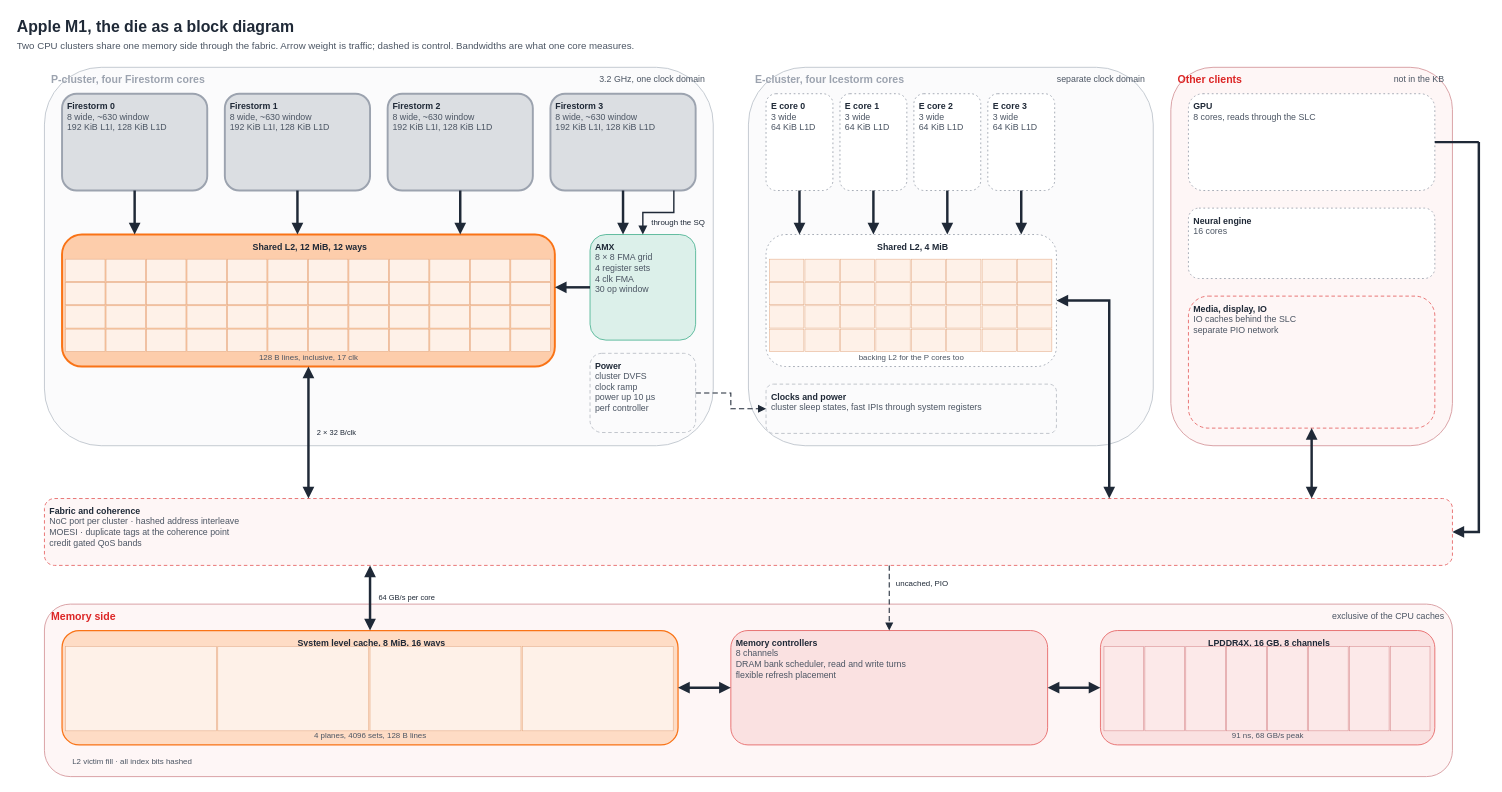
Before: site/atlas/drawio/chip.drawio in ihagedo/uarch-map, a draw.io diagram. Source tidied: cells renumbered, new cells numbered last; positions are measured from the earlier drawing's top-left corner, leaving out a move shared by most shapes. Both pictures are drawn from the tidied source at 88%, with x=0, y=0 at pixel (15, 15).
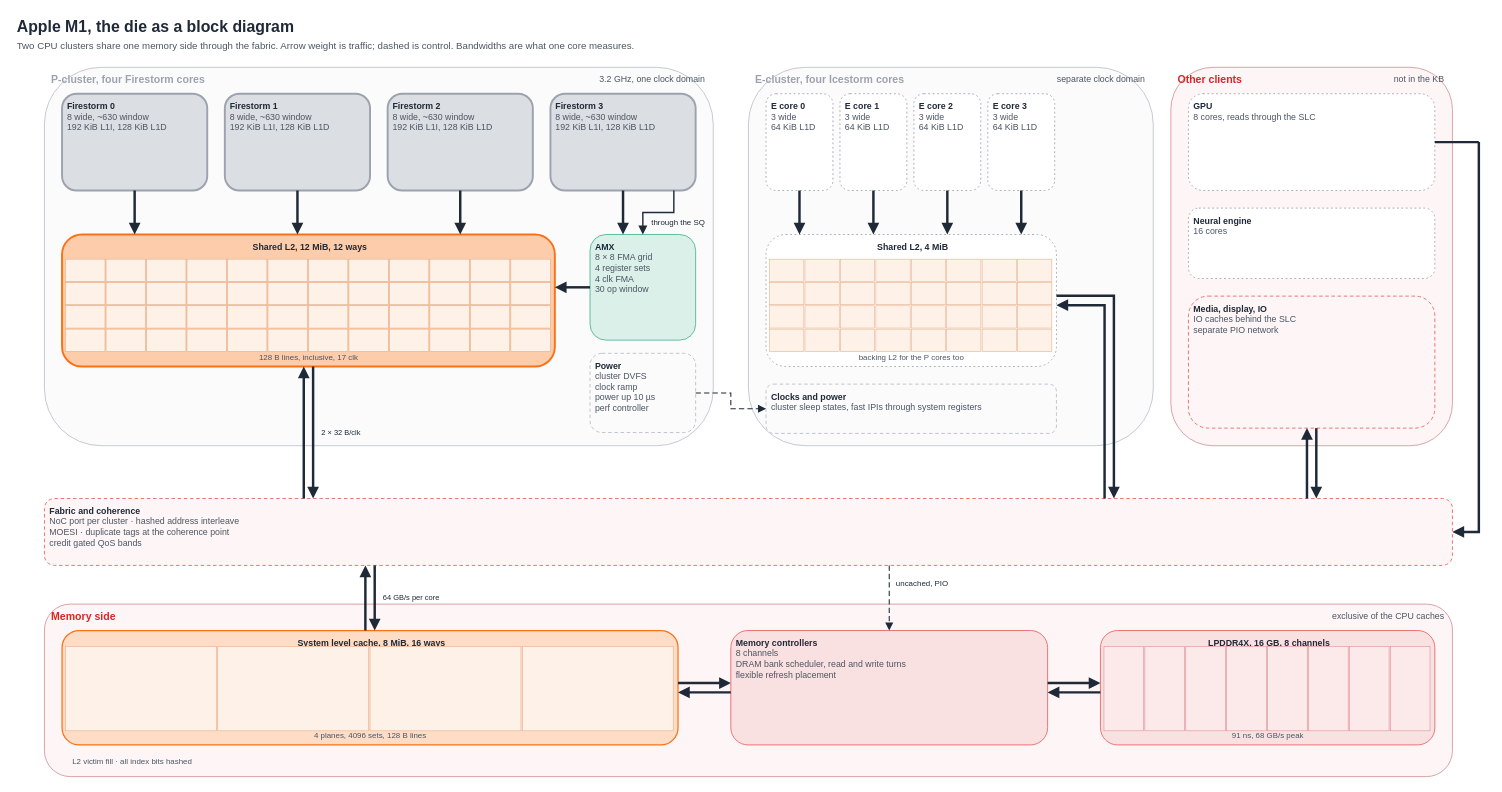
After the change.

Unchanged cells that the change refers to:
```xml
<mxCell id="16" value="&lt;b&gt;Shared L2, 12 MiB, 12 ways&lt;/b&gt;" style="rounded=1;whiteSpace=wrap;html=1;fillColor=#fdcdab;strokeColor=#f97316;strokeWidth=2.2;dashed=0;fontSize=10;fontColor=#1f2937;align=center;verticalAlign=top;spacingLeft=4;spacingTop=2;" parent="1" vertex="1">
  <mxGeometry x="53" y="249" width="560" height="150" as="geometry" />
</mxCell>
<mxCell id="67" value="&lt;b&gt;Power&lt;/b&gt;&lt;br&gt;&lt;span style='font-weight:normal;color:#4b5563'&gt;cluster DVFS&lt;/span&gt;&lt;br&gt;&lt;span style='font-weight:normal;color:#4b5563'&gt;clock ramp&lt;/span&gt;&lt;br&gt;&lt;span style='font-weight:normal;color:#4b5563'&gt;power up 10 µs&lt;/span&gt;&lt;br&gt;&lt;span style='font-weight:normal;color:#4b5563'&gt;perf controller&lt;/span&gt;" style="rounded=1;whiteSpace=wrap;html=1;fillColor=#fbfbfc;strokeColor=#babfc7;strokeWidth=1;dashed=1;dashPattern=4 3;fontSize=10;fontColor=#1f2937;align=left;verticalAlign=top;spacingLeft=4;spacingTop=2;" parent="1" vertex="1">
  <mxGeometry x="653" y="384" width="120" height="90" as="geometry" />
</mxCell>
<mxCell id="72" value="&lt;b&gt;Shared L2, 4 MiB&lt;/b&gt;" style="rounded=1;whiteSpace=wrap;html=1;fillColor=#ffffff;strokeColor=#9ca3af;strokeWidth=1;dashed=1;dashPattern=2 3;fontSize=10;fontColor=#1f2937;align=center;verticalAlign=top;spacingLeft=4;spacingTop=2;" parent="1" vertex="1">
  <mxGeometry x="853" y="249" width="330" height="150" as="geometry" />
</mxCell>
<mxCell id="106" value="&lt;b&gt;Clocks and power&lt;/b&gt;&lt;br&gt;&lt;span style='font-weight:normal;color:#4b5563'&gt;cluster sleep states, fast IPIs through system registers&lt;/span&gt;" style="rounded=1;whiteSpace=wrap;html=1;fillColor=#fbfbfc;strokeColor=#babfc7;strokeWidth=1;dashed=1;dashPattern=4 3;fontSize=10;fontColor=#1f2937;align=left;verticalAlign=top;spacingLeft=4;spacingTop=2;" parent="1" vertex="1">
  <mxGeometry x="853" y="419" width="330" height="56" as="geometry" />
</mxCell>
<mxCell id="107" value="&lt;b&gt;GPU&lt;/b&gt;&lt;br&gt;&lt;span style='font-weight:normal;color:#4b5563'&gt;8 cores, reads through the SLC&lt;/span&gt;" style="rounded=1;whiteSpace=wrap;html=1;fillColor=#ffffff;strokeColor=#9ca3af;strokeWidth=1;dashed=1;dashPattern=2 3;fontSize=10;fontColor=#1f2937;align=left;verticalAlign=top;spacingLeft=4;spacingTop=2;" parent="1" vertex="1">
  <mxGeometry x="1333" y="89" width="280" height="110" as="geometry" />
</mxCell>
<mxCell id="109" value="&lt;b&gt;Media, display, IO&lt;/b&gt;&lt;br&gt;&lt;span style='font-weight:normal;color:#4b5563'&gt;IO caches behind the SLC&lt;/span&gt;&lt;br&gt;&lt;span style='font-weight:normal;color:#4b5563'&gt;separate PIO network&lt;/span&gt;" style="rounded=1;whiteSpace=wrap;html=1;fillColor=#fef6f6;strokeColor=#e66767;strokeWidth=1;dashed=1;dashPattern=4 3;fontSize=10;fontColor=#1f2937;align=left;verticalAlign=top;spacingLeft=4;spacingTop=2;" parent="1" vertex="1">
  <mxGeometry x="1333" y="319" width="280" height="150" as="geometry" />
</mxCell>
<mxCell id="110" value="&lt;b&gt;Fabric and coherence&lt;/b&gt;&lt;br&gt;&lt;span style='font-weight:normal;color:#4b5563'&gt;NoC port per cluster · hashed address interleave&lt;/span&gt;&lt;br&gt;&lt;span style='font-weight:normal;color:#4b5563'&gt;MOESI · duplicate tags at the coherence point&lt;/span&gt;&lt;br&gt;&lt;span style='font-weight:normal;color:#4b5563'&gt;credit gated QoS bands&lt;/span&gt;" style="rounded=1;whiteSpace=wrap;html=1;fillColor=#fef6f6;strokeColor=#e66767;strokeWidth=1;dashed=1;dashPattern=4 3;fontSize=10;fontColor=#1f2937;align=left;verticalAlign=top;spacingLeft=4;spacingTop=2;" parent="1" vertex="1">
  <mxGeometry x="33" y="549" width="1600" height="76" as="geometry" />
</mxCell>
<mxCell id="111" value="&lt;b&gt;System level cache, 8 MiB, 16 ways&lt;/b&gt;" style="rounded=1;whiteSpace=wrap;html=1;fillColor=#fedcc5;strokeColor=#f97316;strokeWidth=1.4;dashed=0;fontSize=10;fontColor=#1f2937;align=center;verticalAlign=top;spacingLeft=4;spacingTop=2;" parent="1" vertex="1">
  <mxGeometry x="53" y="699" width="700" height="130" as="geometry" />
</mxCell>
<mxCell id="117" value="&lt;b&gt;Memory controllers&lt;/b&gt;&lt;br&gt;&lt;span style='font-weight:normal;color:#4b5563'&gt;8 channels&lt;/span&gt;&lt;br&gt;&lt;span style='font-weight:normal;color:#4b5563'&gt;DRAM bank scheduler, read and write turns&lt;/span&gt;&lt;br&gt;&lt;span style='font-weight:normal;color:#4b5563'&gt;flexible refresh placement&lt;/span&gt;" style="rounded=1;whiteSpace=wrap;html=1;fillColor=#fae1e1;strokeColor=#e66767;strokeWidth=1;dashed=0;fontSize=10;fontColor=#1f2937;align=left;verticalAlign=top;spacingLeft=4;spacingTop=2;" parent="1" vertex="1">
  <mxGeometry x="813" y="699" width="360" height="130" as="geometry" />
</mxCell>
<mxCell id="118" value="&lt;b&gt;LPDDR4X, 16 GB, 8 channels&lt;/b&gt;" style="rounded=1;whiteSpace=wrap;html=1;fillColor=#fae1e1;strokeColor=#e66767;strokeWidth=1;dashed=0;fontSize=10;fontColor=#1f2937;align=center;verticalAlign=top;spacingLeft=4;spacingTop=2;" parent="1" vertex="1">
  <mxGeometry x="1233" y="699" width="380" height="130" as="geometry" />
</mxCell>
```

Diff of the diagram source:
```diff
@@
-    <mxCell id="138" style="edgeStyle=none;noEdgeStyle=1;rounded=0;html=1;strokeWidth=2.8;strokeColor=#1f2937;dashed=0;endArrow=block;endFill=1;startArrow=block;startFill=1;exitX=0.50000;exitY=1.00000;exitDx=0;exitDy=0;exitPerimeter=0;entryX=0.18750;entryY=0.00000;entryDx=0;entryDy=0;entryPerimeter=0;" parent="1" edge="1" source="16" target="110">
+    <mxCell id="138" style="edgeStyle=none;noEdgeStyle=1;rounded=0;html=1;strokeWidth=2.8;strokeColor=#1f2937;dashed=0;endArrow=block;endFill=1;startArrow=none;startFill=1;exitX=0.50946;exitY=1.00000;exitDx=0;exitDy=0;exitPerimeter=0;entryX=0.19081;entryY=0.00000;entryDx=0;entryDy=0;entryPerimeter=0;" parent="1" edge="1" source="16" target="110">
       <mxGeometry relative="1" as="geometry" />
     </mxCell>
-    <mxCell id="139" style="edgeStyle=none;noEdgeStyle=1;rounded=0;html=1;strokeWidth=2.8;strokeColor=#1f2937;dashed=0;endArrow=block;endFill=1;startArrow=block;startFill=1;exitX=1.00000;exitY=0.50000;exitDx=0;exitDy=0;exitPerimeter=0;entryX=0.75625;entryY=0.00000;entryDx=0;entryDy=0;entryPerimeter=0;" parent="1" edge="1" source="72" target="110">
-      <mxGeometry relative="1" as="geometry">
-        <Array as="points">
-          <mxPoint x="1243" y="324" />
-        </Array>
-      </mxGeometry>
+    <mxCell id="139" style="edgeStyle=none;noEdgeStyle=1;rounded=0;html=1;strokeWidth=2.8;strokeColor=#1f2937;dashed=0;endArrow=block;endFill=1;startArrow=none;startFill=1;exitX=0.18419;exitY=0.00000;exitDx=0;exitDy=0;exitPerimeter=0;entryX=0.49054;entryY=1.00000;entryDx=0;entryDy=0;entryPerimeter=0;" parent="1" edge="1" source="110" target="16">
+      <mxGeometry relative="1" as="geometry" />
     </mxCell>
-    <mxCell id="140" style="edgeStyle=none;noEdgeStyle=1;rounded=0;html=1;strokeWidth=2.8;strokeColor=#1f2937;dashed=0;endArrow=block;endFill=1;startArrow=block;startFill=1;exitX=0.50000;exitY=1.00000;exitDx=0;exitDy=0;exitPerimeter=0;entryX=0.90000;entryY=0.00000;entryDx=0;entryDy=0;entryPerimeter=0;" parent="1" edge="1" source="109" target="110">
-      <mxGeometry relative="1" as="geometry" />
+    <mxCell id="140" style="edgeStyle=none;noEdgeStyle=1;rounded=0;html=1;strokeWidth=2.8;strokeColor=#1f2937;dashed=0;endArrow=block;endFill=1;startArrow=none;startFill=1;exitX=1.00000;exitY=0.46467;exitDx=0;exitDy=0;exitPerimeter=0;entryX=0.75956;entryY=0.00000;entryDx=0;entryDy=0;entryPerimeter=0;" parent="1" edge="1" source="72" target="110">
+      <mxGeometry relative="1" as="geometry">
+        <Array as="points">
+          <mxPoint x="1248.3" y="318.7" />
+        </Array>
+      </mxGeometry>
     </mxCell>
-    <mxCell id="141" style="edgeStyle=none;noEdgeStyle=1;rounded=0;html=1;strokeWidth=2.8;strokeColor=#1f2937;dashed=0;endArrow=none;endFill=1;startArrow=none;startFill=1;exitX=1.00000;exitY=0.50000;exitDx=0;exitDy=0;exitPerimeter=0;" parent="1" edge="1" source="107">
+    <mxCell id="141" style="edgeStyle=none;noEdgeStyle=1;rounded=0;html=1;strokeWidth=2.8;strokeColor=#1f2937;dashed=0;endArrow=block;endFill=1;startArrow=none;startFill=1;exitX=0.75294;exitY=0.00000;exitDx=0;exitDy=0;exitPerimeter=0;entryX=1.00000;entryY=0.53533;entryDx=0;entryDy=0;entryPerimeter=0;" parent="1" edge="1" source="110" target="72">
       <mxGeometry relative="1" as="geometry">
-        <mxPoint x="1663" y="144" as="targetPoint" />
+        <Array as="points">
+          <mxPoint x="1237.7" y="329.3" />
+        </Array>
       </mxGeometry>
     </mxCell>
-    <mxCell id="142" style="edgeStyle=none;noEdgeStyle=1;rounded=0;html=1;strokeWidth=2.8;strokeColor=#1f2937;dashed=0;endArrow=block;endFill=1;startArrow=none;startFill=1;entryX=1.00000;entryY=0.50000;entryDx=0;entryDy=0;entryPerimeter=0;" parent="1" edge="1" target="110">
-      <mxGeometry relative="1" as="geometry">
-        <mxPoint x="1663" y="144" as="sourcePoint" />
-        <Array as="points">
-          <mxPoint x="1663" y="587" />
-        </Array>
-      </mxGeometry>
+    <mxCell id="142" style="edgeStyle=none;noEdgeStyle=1;rounded=0;html=1;strokeWidth=2.8;strokeColor=#1f2937;dashed=0;endArrow=block;endFill=1;startArrow=none;startFill=1;exitX=0.51893;exitY=1.00000;exitDx=0;exitDy=0;exitPerimeter=0;entryX=0.90331;entryY=0.00000;entryDx=0;entryDy=0;entryPerimeter=0;" parent="1" edge="1" source="109" target="110">
+      <mxGeometry relative="1" as="geometry" />
     </mxCell>
-    <mxCell id="143" style="edgeStyle=none;noEdgeStyle=1;rounded=0;html=1;strokeWidth=2.8;strokeColor=#1f2937;dashed=0;endArrow=block;endFill=1;startArrow=block;startFill=1;exitX=0.23125;exitY=1.00000;exitDx=0;exitDy=0;exitPerimeter=0;entryX=0.50000;entryY=0.00000;entryDx=0;entryDy=0;entryPerimeter=0;" parent="1" edge="1" source="110" target="111">
+    <mxCell id="143" style="edgeStyle=none;noEdgeStyle=1;rounded=0;html=1;strokeWidth=2.8;strokeColor=#1f2937;dashed=0;endArrow=block;endFill=1;startArrow=none;startFill=1;exitX=0.89669;exitY=0.00000;exitDx=0;exitDy=0;exitPerimeter=0;entryX=0.48107;entryY=1.00000;entryDx=0;entryDy=0;entryPerimeter=0;" parent="1" edge="1" source="110" target="109">
       <mxGeometry relative="1" as="geometry" />
     </mxCell>
-    <mxCell id="144" style="edgeStyle=none;noEdgeStyle=1;rounded=0;html=1;strokeWidth=2.8;strokeColor=#1f2937;dashed=0;endArrow=block;endFill=1;startArrow=block;startFill=1;exitX=1.00000;exitY=0.50000;exitDx=0;exitDy=0;exitPerimeter=0;entryX=0.00000;entryY=0.50000;entryDx=0;entryDy=0;entryPerimeter=0;" parent="1" edge="1" source="111" target="117">
-      <mxGeometry relative="1" as="geometry" />
+    <mxCell id="144" style="edgeStyle=none;noEdgeStyle=1;rounded=0;html=1;strokeWidth=2.8;strokeColor=#1f2937;dashed=0;endArrow=none;endFill=1;startArrow=none;startFill=1;exitX=1.00000;exitY=0.50000;exitDx=0;exitDy=0;exitPerimeter=0;" parent="1" edge="1" source="107">
+      <mxGeometry relative="1" as="geometry">
+        <mxPoint x="1663" y="144" as="targetPoint" />
+      </mxGeometry>
     </mxCell>
-    <mxCell id="145" style="edgeStyle=none;noEdgeStyle=1;rounded=0;html=1;strokeWidth=2.8;strokeColor=#1f2937;dashed=0;endArrow=block;endFill=1;startArrow=block;startFill=1;exitX=1.00000;exitY=0.50000;exitDx=0;exitDy=0;exitPerimeter=0;entryX=0.00000;entryY=0.50000;entryDx=0;entryDy=0;entryPerimeter=0;" parent="1" edge="1" source="117" target="118">
-      <mxGeometry relative="1" as="geometry" />
+    <mxCell id="145" style="edgeStyle=none;noEdgeStyle=1;rounded=0;html=1;strokeWidth=2.8;strokeColor=#1f2937;dashed=0;endArrow=block;endFill=1;startArrow=none;startFill=1;entryX=1.00000;entryY=0.50000;entryDx=0;entryDy=0;entryPerimeter=0;" parent="1" edge="1" target="110">
+      <mxGeometry relative="1" as="geometry">
+        <mxPoint x="1663" y="144" as="sourcePoint" />
+        <Array as="points">
+          <mxPoint x="1663" y="587" />
+        </Array>
+      </mxGeometry>
     </mxCell>
-    <mxCell id="146" style="edgeStyle=none;noEdgeStyle=1;rounded=0;html=1;strokeWidth=1.2;strokeColor=#1f2937;dashed=1;dashPattern=5 3;endArrow=block;endFill=1;startArrow=none;startFill=1;exitX=0.60000;exitY=1.00000;exitDx=0;exitDy=0;exitPerimeter=0;entryX=0.50000;entryY=0.00000;entryDx=0;entryDy=0;entryPerimeter=0;" parent="1" edge="1" source="110" target="117">
+    <mxCell id="146" style="edgeStyle=none;noEdgeStyle=1;rounded=0;html=1;strokeWidth=2.8;strokeColor=#1f2937;dashed=0;endArrow=block;endFill=1;startArrow=none;startFill=1;exitX=0.23456;exitY=1.00000;exitDx=0;exitDy=0;exitPerimeter=0;entryX=0.50757;entryY=0.00000;entryDx=0;entryDy=0;entryPerimeter=0;" parent="1" edge="1" source="110" target="111">
       <mxGeometry relative="1" as="geometry" />
     </mxCell>
-    <mxCell id="147" style="edgeStyle=none;noEdgeStyle=1;rounded=0;html=1;strokeWidth=1.2;strokeColor=#1f2937;dashed=1;dashPattern=5 3;endArrow=block;endFill=1;startArrow=none;startFill=1;exitX=1.00000;exitY=0.50000;exitDx=0;exitDy=0;exitPerimeter=0;entryX=0.00000;entryY=0.50000;entryDx=0;entryDy=0;entryPerimeter=0;" parent="1" edge="1" source="67" target="106">
-      <mxGeometry relative="1" as="geometry">
-        <Array as="points">
-          <mxPoint x="813" y="429" />
-          <mxPoint x="813" y="447" />
-        </Array>
-      </mxGeometry>
+    <mxCell id="147" style="edgeStyle=none;noEdgeStyle=1;rounded=0;html=1;strokeWidth=2.8;strokeColor=#1f2937;dashed=0;endArrow=block;endFill=1;startArrow=none;startFill=1;exitX=0.49243;exitY=0.00000;exitDx=0;exitDy=0;exitPerimeter=0;entryX=0.22794;entryY=1.00000;entryDx=0;entryDy=0;entryPerimeter=0;" parent="1" edge="1" source="111" target="110">
+      <mxGeometry relative="1" as="geometry" />
     </mxCell>
-    <mxCell id="148" value="L2 victim fill · all index bits hashed" style="text;html=1;fontSize=9;fontColor=#4b5563;align=left;verticalAlign=middle;" parent="1" vertex="1">
-      <mxGeometry x="63" y="842" width="157.8" height="12" as="geometry" />
+    <mxCell id="148" style="edgeStyle=none;noEdgeStyle=1;rounded=0;html=1;strokeWidth=2.8;strokeColor=#1f2937;dashed=0;endArrow=block;endFill=1;startArrow=none;startFill=1;exitX=1.00000;exitY=0.45923;exitDx=0;exitDy=0;exitPerimeter=0;entryX=0.00000;entryY=0.45923;entryDx=0;entryDy=0;entryPerimeter=0;" parent="1" edge="1" source="111" target="117">
+      <mxGeometry relative="1" as="geometry" />
     </mxCell>
-    <mxCell id="149" value="through the SQ" style="text;html=1;fontSize=9;fontColor=#1f2937;align=left;verticalAlign=middle;fillColor=none;strokeColor=none;rounded=1;owner=c133;" parent="1" vertex="1">
-      <mxGeometry x="721" y="229" width="71.1" height="14" as="geometry" />
+    <mxCell id="149" style="edgeStyle=none;noEdgeStyle=1;rounded=0;html=1;strokeWidth=2.8;strokeColor=#1f2937;dashed=0;endArrow=block;endFill=1;startArrow=none;startFill=1;exitX=0.00000;exitY=0.54077;exitDx=0;exitDy=0;exitPerimeter=0;entryX=1.00000;entryY=0.54077;entryDx=0;entryDy=0;entryPerimeter=0;" parent="1" edge="1" source="117" target="111">
+      <mxGeometry relative="1" as="geometry" />
     </mxCell>
-    <mxCell id="150" value="2 × 32 B/clk" style="text;html=1;fontSize=8.5;fontColor=#1f2937;align=left;verticalAlign=middle;" parent="1" vertex="1">
-      <mxGeometry x="341" y="468.5" width="51.8" height="11.5" as="geometry" />
+    <mxCell id="150" style="edgeStyle=none;noEdgeStyle=1;rounded=0;html=1;strokeWidth=2.8;strokeColor=#1f2937;dashed=0;endArrow=block;endFill=1;startArrow=none;startFill=1;exitX=1.00000;exitY=0.45923;exitDx=0;exitDy=0;exitPerimeter=0;entryX=0.00000;entryY=0.45923;entryDx=0;entryDy=0;entryPerimeter=0;" parent="1" edge="1" source="117" target="118">
+      <mxGeometry relative="1" as="geometry" />
     </mxCell>
-    <mxCell id="151" value="64 GB/s per core" style="text;html=1;fontSize=8.5;fontColor=#1f2937;align=left;verticalAlign=middle;" parent="1" vertex="1">
-      <mxGeometry x="411" y="656.5" width="69.8" height="11.5" as="geometry" />
+    <mxCell id="151" style="edgeStyle=none;noEdgeStyle=1;rounded=0;html=1;strokeWidth=2.8;strokeColor=#1f2937;dashed=0;endArrow=block;endFill=1;startArrow=none;startFill=1;exitX=0.00000;exitY=0.54077;exitDx=0;exitDy=0;exitPerimeter=0;entryX=1.00000;entryY=0.54077;entryDx=0;entryDy=0;entryPerimeter=0;" parent="1" edge="1" source="118" target="117">
+      <mxGeometry relative="1" as="geometry" />
     </mxCell>
-    <mxCell id="152" value="uncached, PIO" style="text;html=1;fontSize=9;fontColor=#1f2937;align=left;verticalAlign=middle;fillColor=none;strokeColor=none;rounded=1;owner=c147;" parent="1" vertex="1">
-      <mxGeometry x="999" y="639" width="70.2" height="14" as="geometry" />
+    <mxCell id="152" style="edgeStyle=none;noEdgeStyle=1;rounded=0;html=1;strokeWidth=1.2;strokeColor=#1f2937;dashed=1;dashPattern=5 3;endArrow=block;endFill=1;startArrow=none;startFill=1;exitX=0.60000;exitY=1.00000;exitDx=0;exitDy=0;exitPerimeter=0;entryX=0.50000;entryY=0.00000;entryDx=0;entryDy=0;entryPerimeter=0;" parent="1" edge="1" source="110" target="117">
+      <mxGeometry relative="1" as="geometry" />
     </mxCell>
+    <mxCell id="153" style="edgeStyle=none;noEdgeStyle=1;rounded=0;html=1;strokeWidth=1.2;strokeColor=#1f2937;dashed=1;dashPattern=5 3;endArrow=block;endFill=1;startArrow=none;startFill=1;exitX=1.00000;exitY=0.50000;exitDx=0;exitDy=0;exitPerimeter=0;entryX=0.00000;entryY=0.50000;entryDx=0;entryDy=0;entryPerimeter=0;" parent="1" edge="1" source="67" target="106">
+      <mxGeometry relative="1" as="geometry">
+        <Array as="points">
+          <mxPoint x="813" y="429" />
+          <mxPoint x="813" y="447" />
+        </Array>
+      </mxGeometry>
+    </mxCell>
+    <mxCell id="154" value="L2 victim fill · all index bits hashed" style="text;html=1;fontSize=9;fontColor=#4b5563;align=left;verticalAlign=middle;" parent="1" vertex="1">
+      <mxGeometry x="63" y="842" width="157.8" height="12" as="geometry" />
+    </mxCell>
+    <mxCell id="155" value="through the SQ" style="text;html=1;fontSize=9;fontColor=#1f2937;align=left;verticalAlign=middle;fillColor=none;strokeColor=none;rounded=1;owner=c133;" parent="1" vertex="1">
+      <mxGeometry x="721" y="229" width="71.1" height="14" as="geometry" />
+    </mxCell>
+    <mxCell id="156" value="2 × 32 B/clk" style="text;html=1;fontSize=8.5;fontColor=#1f2937;align=left;verticalAlign=middle;" parent="1" vertex="1">
+      <mxGeometry x="346.3" y="468.5" width="51.8" height="11.5" as="geometry" />
+    </mxCell>
+    <mxCell id="157" value="64 GB/s per core" style="text;html=1;fontSize=8.5;fontColor=#1f2937;align=left;verticalAlign=middle;" parent="1" vertex="1">
+      <mxGeometry x="416.3" y="656.5" width="69.8" height="11.5" as="geometry" />
+    </mxCell>
+    <mxCell id="158" value="uncached, PIO" style="text;html=1;fontSize=9;fontColor=#1f2937;align=left;verticalAlign=middle;fillColor=none;strokeColor=none;rounded=1;owner=c153;" parent="1" vertex="1">
+      <mxGeometry x="999" y="639" width="70.2" height="14" as="geometry" />
+    </mxCell>
```
